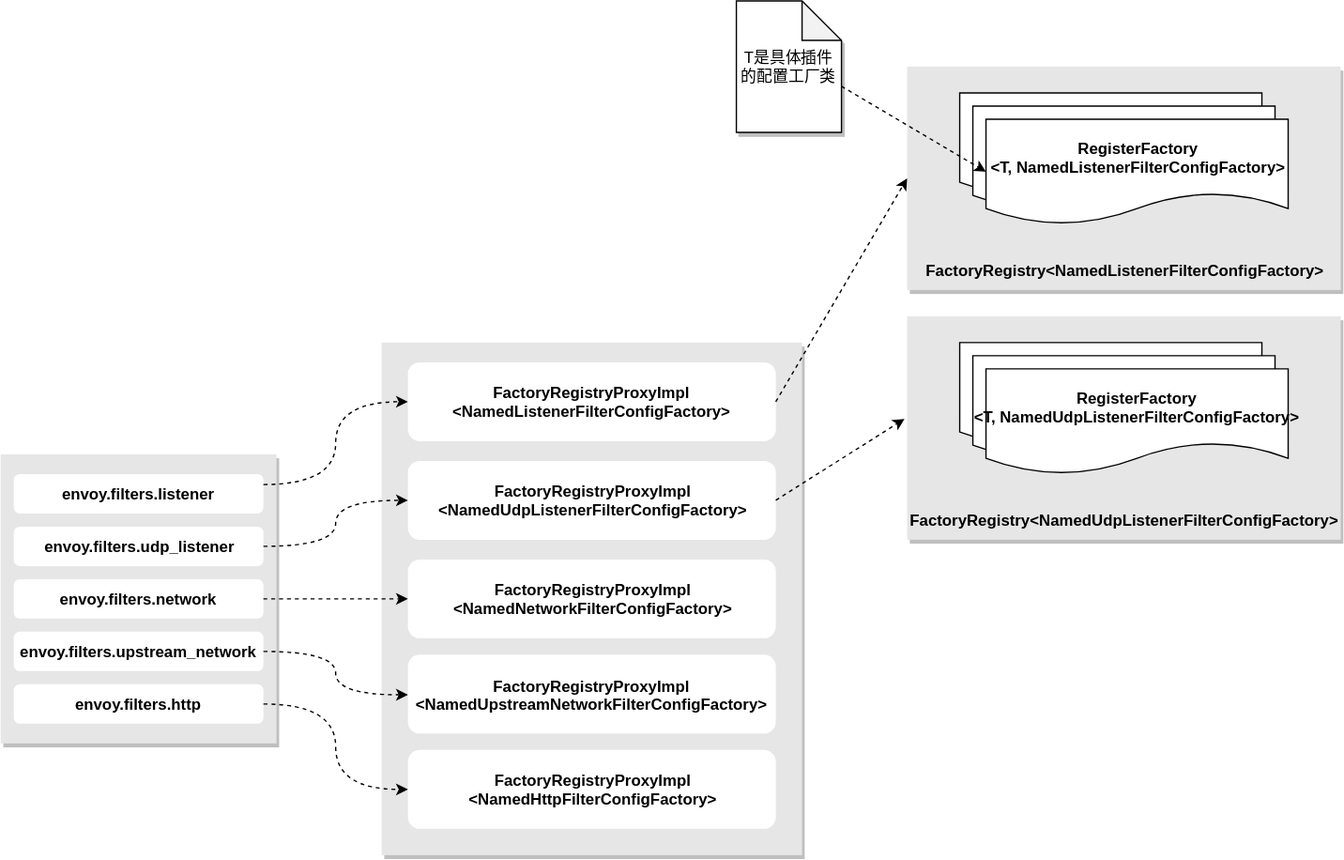
Above: envoy/assets/register_factory.drawio.svg in pycer/note (draw.io), before the change. Source tidied: cells renumbered, new cells last; positions are measured from the earlier drawing's top-left corner, leaving out a move shared by most shapes.
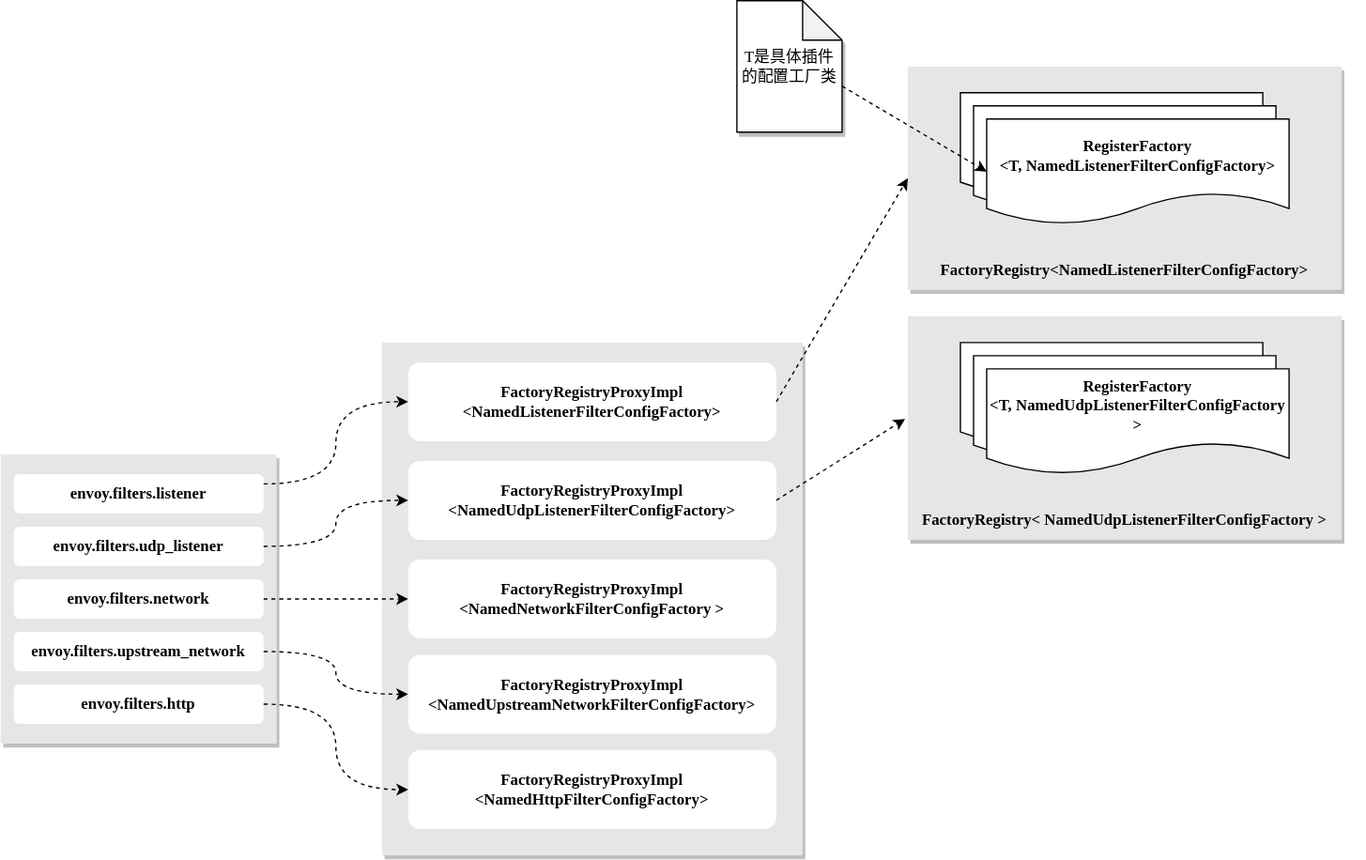
Later version of the same file.

Commit message:
[envoy] subscription factory

Diff of the diagram source:
```diff
@@ -2,97 +2,97 @@
   <root>
     <mxCell id="0" />
     <mxCell id="1" parent="0" />
-    <mxCell id="2" style="rounded=0;whiteSpace=wrap;html=1;shadow=1;fillColor=#E6E6E6;strokeColor=none;" parent="1" vertex="1">
+    <mxCell id="2" style="rounded=0;whiteSpace=wrap;html=1;shadow=1;fillColor=#E6E6E6;strokeColor=none;fontFamily=Cascadia Code;fontColor=#000000;" parent="1" vertex="1">
       <mxGeometry x="690" y="50" width="330" height="170" as="geometry" />
     </mxCell>
-    <mxCell id="3" style="rounded=0;whiteSpace=wrap;html=1;fillColor=#E6E6E6;strokeColor=none;shadow=1;" parent="1" vertex="1">
+    <mxCell id="3" style="rounded=0;whiteSpace=wrap;html=1;fillColor=#E6E6E6;strokeColor=none;shadow=1;fontFamily=Cascadia Code;fontColor=#000000;" parent="1" vertex="1">
       <mxGeometry x="290" y="260" width="320" height="390" as="geometry" />
     </mxCell>
-    <mxCell id="4" style="rounded=0;whiteSpace=wrap;html=1;fillColor=#E6E6E6;strokeColor=none;shadow=1;" parent="1" vertex="1">
+    <mxCell id="4" style="rounded=0;whiteSpace=wrap;html=1;fillColor=#E6E6E6;strokeColor=none;shadow=1;fontFamily=Cascadia Code;fontColor=#000000;" parent="1" vertex="1">
       <mxGeometry y="345" width="210" height="220" as="geometry" />
     </mxCell>
-    <mxCell id="5" value="&lt;b&gt;&lt;font style=&quot;font-size: 12px&quot;&gt;envoy.filters.listener&lt;/font&gt;&lt;/b&gt;" style="rounded=1;whiteSpace=wrap;html=1;shadow=0;strokeColor=none;strokeWidth=1;fillColor=#FFFFFF;" parent="1" vertex="1">
+    <mxCell id="5" value="&lt;b&gt;&lt;font style=&quot;font-size: 12px&quot;&gt;envoy.filters.listener&lt;/font&gt;&lt;/b&gt;" style="rounded=1;whiteSpace=wrap;html=1;shadow=0;strokeColor=none;strokeWidth=1;fillColor=#FFFFFF;fontFamily=Cascadia Code;fontColor=#000000;" parent="1" vertex="1">
       <mxGeometry x="10" y="360" width="190" height="30" as="geometry" />
     </mxCell>
-    <mxCell id="6" value="&lt;b&gt;&lt;font style=&quot;font-size: 12px&quot;&gt;envoy.filters.udp_listener&lt;/font&gt;&lt;/b&gt;" style="rounded=1;whiteSpace=wrap;html=1;shadow=0;strokeColor=none;strokeWidth=1;fillColor=#FFFFFF;" parent="1" vertex="1">
+    <mxCell id="6" value="&lt;b&gt;&lt;font style=&quot;font-size: 12px&quot;&gt;envoy.filters.udp_listener&lt;/font&gt;&lt;/b&gt;" style="rounded=1;whiteSpace=wrap;html=1;shadow=0;strokeColor=none;strokeWidth=1;fillColor=#FFFFFF;fontFamily=Cascadia Code;fontColor=#000000;" parent="1" vertex="1">
       <mxGeometry x="10" y="400" width="190" height="30" as="geometry" />
     </mxCell>
-    <mxCell id="7" value="&lt;b&gt;&lt;font style=&quot;font-size: 12px&quot;&gt;envoy.filters.network&lt;/font&gt;&lt;/b&gt;" style="rounded=1;whiteSpace=wrap;html=1;shadow=0;strokeColor=none;strokeWidth=1;fillColor=#FFFFFF;" parent="1" vertex="1">
+    <mxCell id="7" value="&lt;b&gt;&lt;font style=&quot;font-size: 12px&quot;&gt;envoy.filters.network&lt;/font&gt;&lt;/b&gt;" style="rounded=1;whiteSpace=wrap;html=1;shadow=0;strokeColor=none;strokeWidth=1;fillColor=#FFFFFF;fontFamily=Cascadia Code;fontColor=#000000;" parent="1" vertex="1">
       <mxGeometry x="10" y="440" width="190" height="30" as="geometry" />
     </mxCell>
-    <mxCell id="8" value="&lt;b&gt;&lt;font style=&quot;font-size: 12px&quot;&gt;envoy.filters.upstream_network&lt;/font&gt;&lt;/b&gt;" style="rounded=1;whiteSpace=wrap;html=1;shadow=0;strokeColor=none;strokeWidth=1;fillColor=#FFFFFF;" parent="1" vertex="1">
+    <mxCell id="8" value="&lt;b&gt;&lt;font style=&quot;font-size: 12px&quot;&gt;envoy.filters.upstream_network&lt;/font&gt;&lt;/b&gt;" style="rounded=1;whiteSpace=wrap;html=1;shadow=0;strokeColor=none;strokeWidth=1;fillColor=#FFFFFF;fontFamily=Cascadia Code;fontColor=#000000;" parent="1" vertex="1">
       <mxGeometry x="10" y="480" width="190" height="30" as="geometry" />
     </mxCell>
-    <mxCell id="9" value="&lt;b&gt;&lt;font style=&quot;font-size: 12px&quot;&gt;envoy.filters.http&lt;/font&gt;&lt;/b&gt;" style="rounded=1;whiteSpace=wrap;html=1;shadow=0;strokeColor=none;strokeWidth=1;fillColor=#FFFFFF;" parent="1" vertex="1">
+    <mxCell id="9" value="&lt;b&gt;&lt;font style=&quot;font-size: 12px&quot;&gt;envoy.filters.http&lt;/font&gt;&lt;/b&gt;" style="rounded=1;whiteSpace=wrap;html=1;shadow=0;strokeColor=none;strokeWidth=1;fillColor=#FFFFFF;fontFamily=Cascadia Code;fontColor=#000000;" parent="1" vertex="1">
       <mxGeometry x="10" y="520" width="190" height="30" as="geometry" />
     </mxCell>
-    <mxCell id="10" value="&lt;span style=&quot;white-space: normal&quot;&gt;&lt;b&gt;FactoryRegistryProxyImpl&lt;br&gt;&amp;lt;NamedHttpFilterConfigFactory&amp;gt;&lt;/b&gt;&lt;/span&gt;" style="rounded=1;whiteSpace=wrap;html=1;shadow=0;fillColor=#FFFFFF;strokeColor=none;" parent="1" vertex="1">
+    <mxCell id="10" value="&lt;span style=&quot;white-space: normal&quot;&gt;&lt;b&gt;FactoryRegistryProxyImpl&lt;br&gt;&amp;lt;NamedHttpFilterConfigFactory&amp;gt;&lt;/b&gt;&lt;/span&gt;" style="rounded=1;whiteSpace=wrap;html=1;shadow=0;fillColor=#FFFFFF;strokeColor=none;fontFamily=Cascadia Code;fontColor=#000000;" parent="1" vertex="1">
       <mxGeometry x="310" y="570" width="280" height="60" as="geometry" />
     </mxCell>
-    <mxCell id="11" value="&lt;b&gt;FactoryRegistryProxyImpl&lt;br&gt;&amp;lt;NamedUpstreamNetworkFilterConfigFactory&amp;gt;&lt;/b&gt;" style="rounded=1;whiteSpace=wrap;html=1;shadow=0;fillColor=#FFFFFF;strokeColor=none;" parent="1" vertex="1">
+    <mxCell id="11" value="&lt;b&gt;FactoryRegistryProxyImpl&lt;br&gt;&amp;lt;NamedUpstreamNetworkFilterConfigFactory&amp;gt;&lt;/b&gt;" style="rounded=1;whiteSpace=wrap;html=1;shadow=0;fillColor=#FFFFFF;strokeColor=none;fontFamily=Cascadia Code;fontColor=#000000;" parent="1" vertex="1">
       <mxGeometry x="310" y="497.5" width="280" height="60" as="geometry" />
     </mxCell>
-    <mxCell id="12" value="&lt;b&gt;FactoryRegistryProxyImpl&lt;/b&gt;&lt;br&gt;&lt;b&gt;&amp;lt;NamedNetworkFilterConfigFactory&lt;/b&gt;&lt;b&gt;&amp;gt;&lt;/b&gt;" style="rounded=1;whiteSpace=wrap;html=1;shadow=0;fillColor=#FFFFFF;strokeColor=none;" parent="1" vertex="1">
+    <mxCell id="12" value="&lt;b&gt;FactoryRegistryProxyImpl&lt;/b&gt;&lt;br&gt;&lt;b&gt;&amp;lt;NamedNetworkFilterConfigFactory&lt;/b&gt;&lt;b&gt;&amp;gt;&lt;/b&gt;" style="rounded=1;whiteSpace=wrap;html=1;shadow=0;fillColor=#FFFFFF;strokeColor=none;fontFamily=Cascadia Code;fontColor=#000000;" parent="1" vertex="1">
       <mxGeometry x="310" y="425" width="280" height="60" as="geometry" />
     </mxCell>
-    <mxCell id="13" value="&lt;b&gt;FactoryRegistryProxyImpl&lt;/b&gt;&lt;br&gt;&lt;b&gt;&amp;lt;NamedUdpListenerFilterConfigFactory&amp;gt;&lt;/b&gt;" style="rounded=1;whiteSpace=wrap;html=1;shadow=0;fillColor=#FFFFFF;strokeColor=none;" parent="1" vertex="1">
+    <mxCell id="13" value="&lt;b&gt;FactoryRegistryProxyImpl&lt;/b&gt;&lt;br&gt;&lt;b&gt;&amp;lt;NamedUdpListenerFilterConfigFactory&amp;gt;&lt;/b&gt;" style="rounded=1;whiteSpace=wrap;html=1;shadow=0;fillColor=#FFFFFF;strokeColor=none;fontFamily=Cascadia Code;fontColor=#000000;" parent="1" vertex="1">
       <mxGeometry x="310" y="350" width="280" height="60" as="geometry" />
     </mxCell>
-    <mxCell id="14" value="&lt;b&gt;FactoryRegistryProxyImpl&lt;/b&gt;&lt;br&gt;&lt;b&gt;&amp;lt;NamedListenerFilterConfigFactory&amp;gt;&lt;/b&gt;" style="rounded=1;whiteSpace=wrap;html=1;shadow=0;fillColor=#FFFFFF;strokeColor=none;" parent="1" vertex="1">
+    <mxCell id="14" value="&lt;b&gt;FactoryRegistryProxyImpl&lt;/b&gt;&lt;br&gt;&lt;b&gt;&amp;lt;NamedListenerFilterConfigFactory&amp;gt;&lt;/b&gt;" style="rounded=1;whiteSpace=wrap;html=1;shadow=0;fillColor=#FFFFFF;strokeColor=none;fontFamily=Cascadia Code;fontColor=#000000;" parent="1" vertex="1">
       <mxGeometry x="310" y="275" width="280" height="60" as="geometry" />
     </mxCell>
-    <mxCell id="15" style="endArrow=classic;html=1;entryX=0;entryY=0.5;entryDx=0;entryDy=0;exitX=1;exitY=0.25;exitDx=0;exitDy=0;edgeStyle=orthogonalEdgeStyle;curved=1;dashed=1;" parent="1" edge="1" source="5" target="14">
+    <mxCell id="15" style="endArrow=classic;html=1;entryX=0;entryY=0.5;entryDx=0;entryDy=0;exitX=1;exitY=0.25;exitDx=0;exitDy=0;edgeStyle=orthogonalEdgeStyle;curved=1;dashed=1;fontFamily=Cascadia Code;fontColor=#000000;" parent="1" edge="1" source="5" target="14">
       <mxGeometry relative="1" as="geometry" />
     </mxCell>
-    <mxCell id="16" style="endArrow=classic;html=1;entryX=0;entryY=0.5;entryDx=0;entryDy=0;exitX=1;exitY=0.5;exitDx=0;exitDy=0;edgeStyle=orthogonalEdgeStyle;curved=1;dashed=1;" parent="1" edge="1" source="6" target="13">
+    <mxCell id="16" style="endArrow=classic;html=1;entryX=0;entryY=0.5;entryDx=0;entryDy=0;exitX=1;exitY=0.5;exitDx=0;exitDy=0;edgeStyle=orthogonalEdgeStyle;curved=1;dashed=1;fontFamily=Cascadia Code;fontColor=#000000;" parent="1" edge="1" source="6" target="13">
       <mxGeometry relative="1" as="geometry" />
     </mxCell>
-    <mxCell id="17" style="endArrow=classic;html=1;dashed=1;entryX=0;entryY=0.5;entryDx=0;entryDy=0;exitX=1;exitY=0.5;exitDx=0;exitDy=0;edgeStyle=orthogonalEdgeStyle;curved=1;" parent="1" edge="1" source="7" target="12">
+    <mxCell id="17" style="endArrow=classic;html=1;dashed=1;entryX=0;entryY=0.5;entryDx=0;entryDy=0;exitX=1;exitY=0.5;exitDx=0;exitDy=0;edgeStyle=orthogonalEdgeStyle;curved=1;fontFamily=Cascadia Code;fontColor=#000000;" parent="1" edge="1" source="7" target="12">
       <mxGeometry relative="1" as="geometry" />
     </mxCell>
-    <mxCell id="18" style="endArrow=classic;html=1;dashed=1;entryX=0;entryY=0.5;entryDx=0;entryDy=0;exitX=1;exitY=0.5;exitDx=0;exitDy=0;edgeStyle=orthogonalEdgeStyle;curved=1;" parent="1" edge="1" source="8" target="11">
+    <mxCell id="18" style="endArrow=classic;html=1;dashed=1;entryX=0;entryY=0.5;entryDx=0;entryDy=0;exitX=1;exitY=0.5;exitDx=0;exitDy=0;edgeStyle=orthogonalEdgeStyle;curved=1;fontFamily=Cascadia Code;fontColor=#000000;" parent="1" edge="1" source="8" target="11">
       <mxGeometry relative="1" as="geometry" />
     </mxCell>
-    <mxCell id="19" style="endArrow=classic;html=1;dashed=1;entryX=0;entryY=0.5;entryDx=0;entryDy=0;exitX=1;exitY=0.5;exitDx=0;exitDy=0;edgeStyle=orthogonalEdgeStyle;curved=1;" parent="1" edge="1" source="9" target="10">
+    <mxCell id="19" style="endArrow=classic;html=1;dashed=1;entryX=0;entryY=0.5;entryDx=0;entryDy=0;exitX=1;exitY=0.5;exitDx=0;exitDy=0;edgeStyle=orthogonalEdgeStyle;curved=1;fontFamily=Cascadia Code;fontColor=#000000;" parent="1" edge="1" source="9" target="10">
       <mxGeometry relative="1" as="geometry" />
     </mxCell>
-    <mxCell id="20" style="shape=document;whiteSpace=wrap;html=1;boundedLbl=1;rounded=1;shadow=0;fillColor=#FFFFFF;" parent="1" vertex="1">
+    <mxCell id="20" style="shape=document;whiteSpace=wrap;html=1;boundedLbl=1;rounded=1;shadow=0;fillColor=#FFFFFF;fontFamily=Cascadia Code;fontColor=#000000;" parent="1" vertex="1">
       <mxGeometry x="730" y="70" width="230" height="80" as="geometry" />
     </mxCell>
-    <mxCell id="21" style="shape=document;whiteSpace=wrap;html=1;boundedLbl=1;rounded=1;shadow=0;fillColor=#FFFFFF;" parent="1" vertex="1">
+    <mxCell id="21" style="shape=document;whiteSpace=wrap;html=1;boundedLbl=1;rounded=1;shadow=0;fillColor=#FFFFFF;fontFamily=Cascadia Code;fontColor=#000000;" parent="1" vertex="1">
       <mxGeometry x="740" y="80" width="230" height="80" as="geometry" />
     </mxCell>
-    <mxCell id="22" value="&lt;b&gt;RegisterFactory&lt;br&gt;&amp;lt;T,&amp;nbsp;NamedListenerFilterConfigFactory&amp;gt;&lt;/b&gt;" style="shape=document;whiteSpace=wrap;html=1;boundedLbl=1;rounded=1;shadow=0;fillColor=#FFFFFF;" parent="1" vertex="1">
+    <mxCell id="22" value="&lt;b&gt;RegisterFactory&lt;br&gt;&amp;lt;T,&amp;nbsp;NamedListenerFilterConfigFactory&amp;gt;&lt;/b&gt;" style="shape=document;whiteSpace=wrap;html=1;boundedLbl=1;rounded=1;shadow=0;fillColor=#FFFFFF;fontFamily=Cascadia Code;fontColor=#000000;" parent="1" vertex="1">
       <mxGeometry x="750" y="90" width="230" height="80" as="geometry" />
     </mxCell>
-    <mxCell id="23" style="endArrow=classic;html=1;dashed=1;entryX=0;entryY=0.5;entryDx=0;entryDy=0;exitX=1;exitY=0.5;exitDx=0;exitDy=0;" parent="1" edge="1" source="14" target="2">
+    <mxCell id="23" style="endArrow=classic;html=1;dashed=1;entryX=0;entryY=0.5;entryDx=0;entryDy=0;exitX=1;exitY=0.5;exitDx=0;exitDy=0;fontFamily=Cascadia Code;fontColor=#000000;" parent="1" edge="1" source="14" target="2">
       <mxGeometry relative="1" as="geometry" />
     </mxCell>
-    <mxCell id="24" value="&lt;b&gt;FactoryRegistry&amp;lt;NamedListenerFilterConfigFactory&amp;gt;&lt;/b&gt;" style="text;html=1;strokeColor=none;fillColor=none;align=center;verticalAlign=middle;whiteSpace=wrap;rounded=0;shadow=0;" parent="1" vertex="1">
+    <mxCell id="24" value="&lt;b&gt;FactoryRegistry&amp;lt;NamedListenerFilterConfigFactory&amp;gt;&lt;/b&gt;" style="text;html=1;strokeColor=none;fillColor=none;align=center;verticalAlign=middle;whiteSpace=wrap;rounded=0;shadow=0;fontFamily=Cascadia Code;fontColor=#000000;" parent="1" vertex="1">
       <mxGeometry x="700" y="195" width="310" height="20" as="geometry" />
     </mxCell>
-    <mxCell id="25" value="T是具体插件的配置工厂类" style="shape=note;whiteSpace=wrap;html=1;backgroundOutline=1;darkOpacity=0.05;rounded=1;shadow=1;fillColor=#FFFFFF;" parent="1" vertex="1">
+    <mxCell id="25" value="T是具体插件的配置工厂类" style="shape=note;whiteSpace=wrap;html=1;backgroundOutline=1;darkOpacity=0.05;rounded=1;shadow=1;fillColor=#FFFFFF;fontFamily=Cascadia Code;fontColor=#000000;" parent="1" vertex="1">
       <mxGeometry x="560" width="80" height="100" as="geometry" />
     </mxCell>
-    <mxCell id="26" style="endArrow=classic;html=1;dashed=1;entryX=0;entryY=0.5;entryDx=0;entryDy=0;exitX=0;exitY=0;exitDx=80;exitDy=65;exitPerimeter=0;" parent="1" edge="1" source="25" target="22">
+    <mxCell id="26" style="endArrow=classic;html=1;dashed=1;entryX=0;entryY=0.5;entryDx=0;entryDy=0;exitX=0;exitY=0;exitDx=80;exitDy=65;exitPerimeter=0;fontFamily=Cascadia Code;fontColor=#000000;" parent="1" edge="1" source="25" target="22">
       <mxGeometry relative="1" as="geometry" />
     </mxCell>
-    <mxCell id="27" style="rounded=0;whiteSpace=wrap;html=1;shadow=1;fillColor=#E6E6E6;strokeColor=none;" parent="1" vertex="1">
+    <mxCell id="27" style="rounded=0;whiteSpace=wrap;html=1;shadow=1;fillColor=#E6E6E6;strokeColor=none;fontFamily=Cascadia Code;fontColor=#000000;" parent="1" vertex="1">
       <mxGeometry x="690" y="240" width="330" height="170" as="geometry" />
     </mxCell>
-    <mxCell id="28" style="shape=document;whiteSpace=wrap;html=1;boundedLbl=1;rounded=1;shadow=0;fillColor=#FFFFFF;" parent="1" vertex="1">
+    <mxCell id="28" style="shape=document;whiteSpace=wrap;html=1;boundedLbl=1;rounded=1;shadow=0;fillColor=#FFFFFF;fontFamily=Cascadia Code;fontColor=#000000;" parent="1" vertex="1">
       <mxGeometry x="730" y="260" width="230" height="80" as="geometry" />
     </mxCell>
-    <mxCell id="29" style="shape=document;whiteSpace=wrap;html=1;boundedLbl=1;rounded=1;shadow=0;fillColor=#FFFFFF;" parent="1" vertex="1">
+    <mxCell id="29" style="shape=document;whiteSpace=wrap;html=1;boundedLbl=1;rounded=1;shadow=0;fillColor=#FFFFFF;fontFamily=Cascadia Code;fontColor=#000000;" parent="1" vertex="1">
       <mxGeometry x="740" y="270" width="230" height="80" as="geometry" />
     </mxCell>
-    <mxCell id="30" value="&lt;b&gt;RegisterFactory&lt;br&gt;&amp;lt;T,&amp;nbsp;&lt;/b&gt;&lt;b&gt;NamedUdpListenerFilterConfigFactory&lt;/b&gt;&lt;b&gt;&amp;gt;&lt;/b&gt;" style="shape=document;whiteSpace=wrap;html=1;boundedLbl=1;rounded=1;shadow=0;fillColor=#FFFFFF;" parent="1" vertex="1">
+    <mxCell id="30" value="&lt;b&gt;RegisterFactory&lt;br&gt;&amp;lt;T,&amp;nbsp;&lt;/b&gt;&lt;b&gt;NamedUdpListenerFilterConfigFactory&lt;/b&gt;&lt;b&gt;&amp;gt;&lt;/b&gt;" style="shape=document;whiteSpace=wrap;html=1;boundedLbl=1;rounded=1;shadow=0;fillColor=#FFFFFF;fontFamily=Cascadia Code;fontColor=#000000;" parent="1" vertex="1">
       <mxGeometry x="750" y="280" width="230" height="80" as="geometry" />
     </mxCell>
-    <mxCell id="31" value="&lt;b&gt;FactoryRegistry&amp;lt;&lt;/b&gt;&lt;b&gt;NamedUdpListenerFilterConfigFactory&lt;/b&gt;&lt;b&gt;&amp;gt;&lt;/b&gt;" style="text;html=1;strokeColor=none;fillColor=none;align=center;verticalAlign=middle;whiteSpace=wrap;rounded=0;shadow=0;" parent="1" vertex="1">
+    <mxCell id="31" value="&lt;b&gt;FactoryRegistry&amp;lt;&lt;/b&gt;&lt;b&gt;NamedUdpListenerFilterConfigFactory&lt;/b&gt;&lt;b&gt;&amp;gt;&lt;/b&gt;" style="text;html=1;strokeColor=none;fillColor=none;align=center;verticalAlign=middle;whiteSpace=wrap;rounded=0;shadow=0;fontFamily=Cascadia Code;fontColor=#000000;" parent="1" vertex="1">
       <mxGeometry x="700" y="385" width="310" height="20" as="geometry" />
     </mxCell>
-    <mxCell id="32" style="endArrow=classic;html=1;dashed=1;entryX=-0.006;entryY=0.459;entryDx=0;entryDy=0;entryPerimeter=0;exitX=1;exitY=0.5;exitDx=0;exitDy=0;" parent="1" edge="1" source="13" target="27">
+    <mxCell id="32" style="endArrow=classic;html=1;dashed=1;entryX=-0.006;entryY=0.459;entryDx=0;entryDy=0;entryPerimeter=0;exitX=1;exitY=0.5;exitDx=0;exitDy=0;fontFamily=Cascadia Code;fontColor=#000000;" parent="1" edge="1" source="13" target="27">
       <mxGeometry relative="1" as="geometry" />
     </mxCell>
   </root>
```
